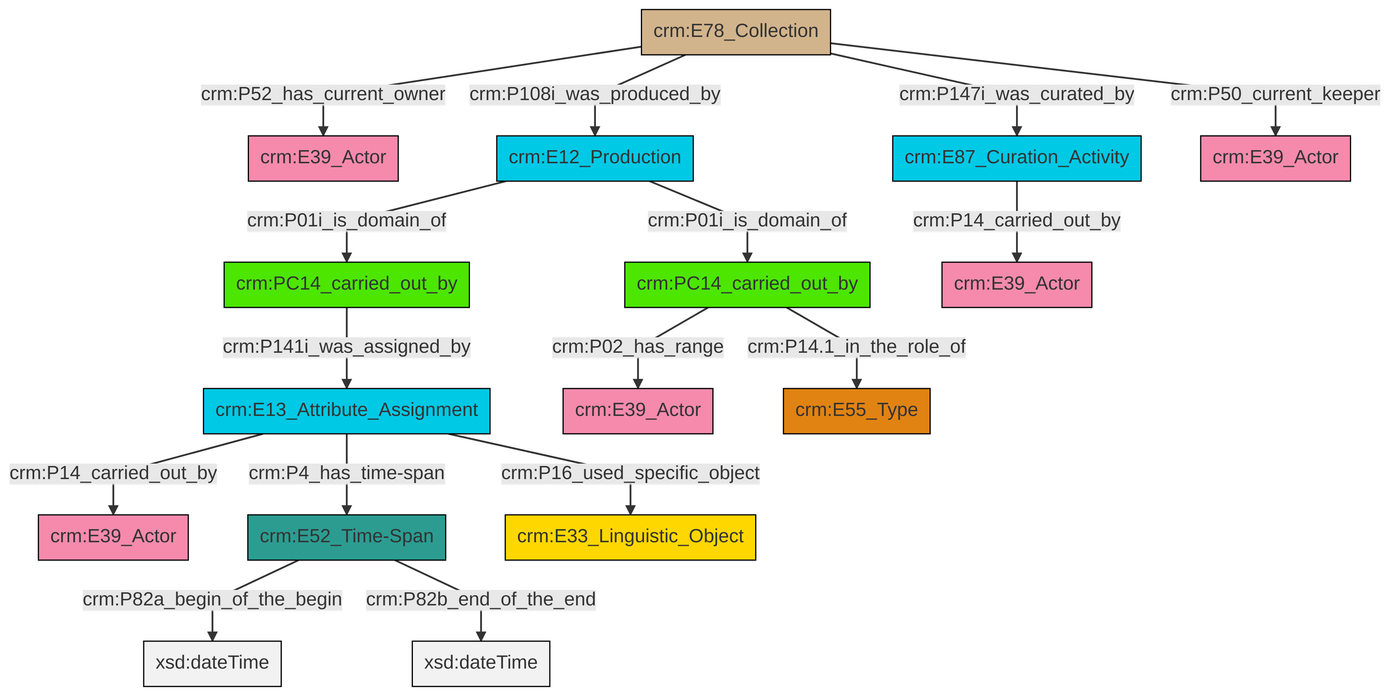
Before: et/archivalCSV/ttl/mmd/png/archival_relation.png, a diagram exported from Mermaid (swiss-art-research-net/docs.swissartresearch). Its source is kept beside it as et/archivalCSV/ttl/mmd/archival_relation.ttl.mmd. The source it was exported from:
```mermaid
graph TD
classDef Literal fill:#f2f2f2,stroke:#000000;
classDef CRM_Entity fill:#FFFFFF,stroke:#000000;
classDef Temporal_Entity fill:#00C9E6, stroke:#000000;
classDef Type fill:#E18312, stroke:#000000;
classDef Time-Span fill:#2C9C91, stroke:#000000;
classDef Appellation fill:#FFEB7F, stroke:#000000;
classDef Place fill:#008836, stroke:#000000;
classDef Persistent_Item fill:#B266B2, stroke:#000000;
classDef Conceptual_Object fill:#FFD700, stroke:#000000;
classDef Physical_Thing fill:#D2B48C, stroke:#000000;
classDef Actor fill:#f58aad, stroke:#000000;
classDef PC_Classes fill:#4ce600, stroke:#000000;
classDef Multi fill:#cccccc,stroke:#000000;

0["crm:E13_Attribute_Assignment"]:::Temporal_Entity -->|crm:P14_carried_out_by| 1["crm:E39_Actor"]:::Actor
2["crm:PC14_carried_out_by"]:::PC_Classes -->|crm:P02_has_range| 3["crm:E39_Actor"]:::Actor
4["crm:E78_Collection"]:::Physical_Thing -->|crm:P52_has_current_owner| 5["crm:E39_Actor"]:::Actor
4["crm:E78_Collection"]:::Physical_Thing -->|crm:P108i_was_produced_by| 11["crm:E12_Production"]:::Temporal_Entity
0["crm:E13_Attribute_Assignment"]:::Temporal_Entity -->|crm:P4_has_time-span| 12["crm:E52_Time-Span"]:::Time-Span
12["crm:E52_Time-Span"]:::Time-Span -->|crm:P82a_begin_of_the_begin| 15[xsd:dateTime]:::Literal
11["crm:E12_Production"]:::Temporal_Entity -->|crm:P01i_is_domain_of| 2["crm:PC14_carried_out_by"]:::PC_Classes
11["crm:E12_Production"]:::Temporal_Entity -->|crm:P01i_is_domain_of| 7["crm:PC14_carried_out_by"]:::PC_Classes
4["crm:E78_Collection"]:::Physical_Thing -->|crm:P50_current_keeper| 20["crm:E39_Actor"]:::Actor
9["crm:E87_Curation_Activity"]:::Temporal_Entity -->|crm:P14_carried_out_by| 25["crm:E39_Actor"]:::Actor
0["crm:E13_Attribute_Assignment"]:::Temporal_Entity -->|crm:P16_used_specific_object| 13["crm:E33_Linguistic_Object"]:::Conceptual_Object
7["crm:PC14_carried_out_by"]:::PC_Classes -->|crm:P141i_was_assigned_by| 0["crm:E13_Attribute_Assignment"]:::Temporal_Entity
4["crm:E78_Collection"]:::Physical_Thing -->|crm:P147i_was_curated_by| 9["crm:E87_Curation_Activity"]:::Temporal_Entity
2["crm:PC14_carried_out_by"]:::PC_Classes -->|crm:P14.1_in_the_role_of| 17["crm:E55_Type"]:::Type
12["crm:E52_Time-Span"]:::Time-Span -->|crm:P82b_end_of_the_end| 29[xsd:dateTime]:::Literal
```
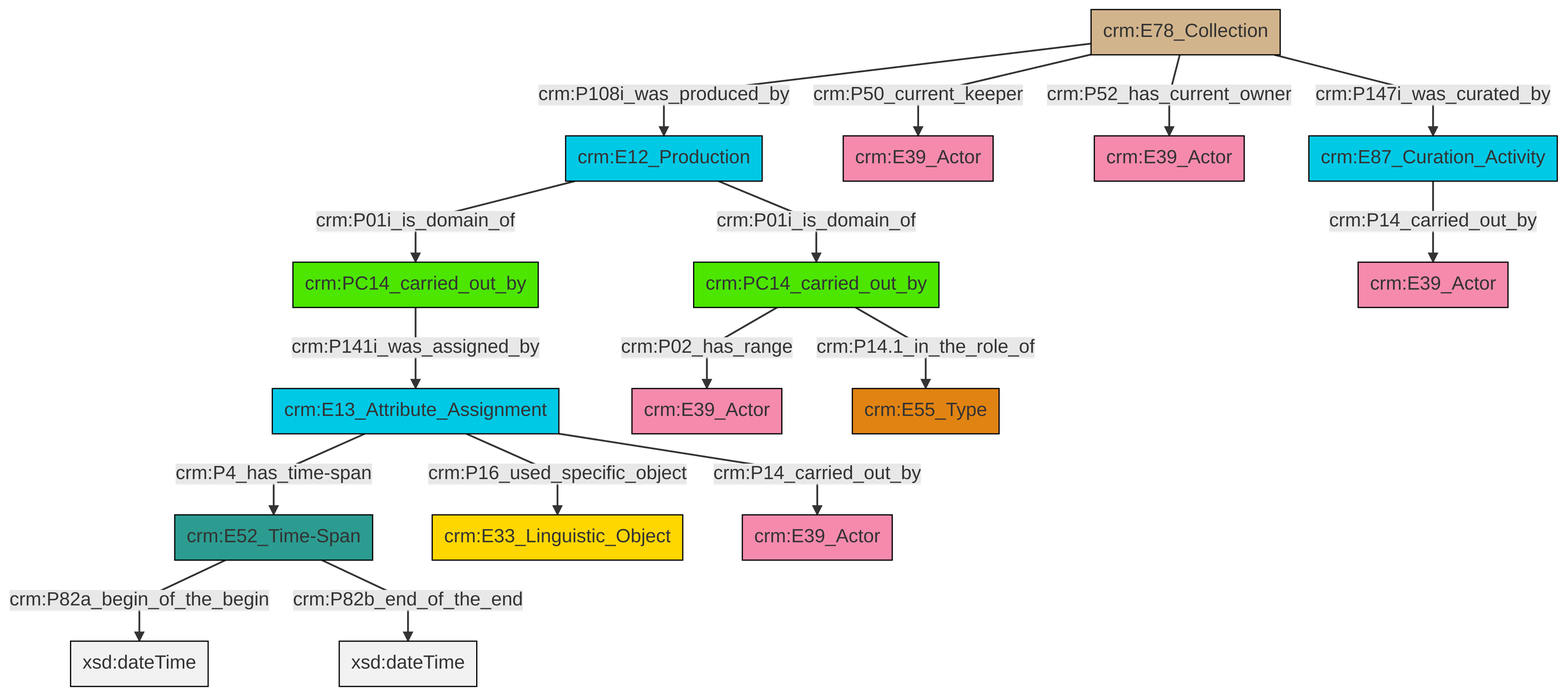
After the commit.

What changed in the source:
```diff
@@ -13,18 +13,18 @@
 classDef PC_Classes fill:#4ce600, stroke:#000000;
 classDef Multi fill:#cccccc,stroke:#000000;
 
-0["crm:E13_Attribute_Assignment"]:::Temporal_Entity -->|crm:P14_carried_out_by| 1["crm:E39_Actor"]:::Actor
-2["crm:PC14_carried_out_by"]:::PC_Classes -->|crm:P02_has_range| 3["crm:E39_Actor"]:::Actor
-4["crm:E78_Collection"]:::Physical_Thing -->|crm:P52_has_current_owner| 5["crm:E39_Actor"]:::Actor
-4["crm:E78_Collection"]:::Physical_Thing -->|crm:P108i_was_produced_by| 11["crm:E12_Production"]:::Temporal_Entity
-0["crm:E13_Attribute_Assignment"]:::Temporal_Entity -->|crm:P4_has_time-span| 12["crm:E52_Time-Span"]:::Time-Span
-12["crm:E52_Time-Span"]:::Time-Span -->|crm:P82a_begin_of_the_begin| 15[xsd:dateTime]:::Literal
-11["crm:E12_Production"]:::Temporal_Entity -->|crm:P01i_is_domain_of| 2["crm:PC14_carried_out_by"]:::PC_Classes
-11["crm:E12_Production"]:::Temporal_Entity -->|crm:P01i_is_domain_of| 7["crm:PC14_carried_out_by"]:::PC_Classes
-4["crm:E78_Collection"]:::Physical_Thing -->|crm:P50_current_keeper| 20["crm:E39_Actor"]:::Actor
-9["crm:E87_Curation_Activity"]:::Temporal_Entity -->|crm:P14_carried_out_by| 25["crm:E39_Actor"]:::Actor
-0["crm:E13_Attribute_Assignment"]:::Temporal_Entity -->|crm:P16_used_specific_object| 13["crm:E33_Linguistic_Object"]:::Conceptual_Object
-7["crm:PC14_carried_out_by"]:::PC_Classes -->|crm:P141i_was_assigned_by| 0["crm:E13_Attribute_Assignment"]:::Temporal_Entity
-4["crm:E78_Collection"]:::Physical_Thing -->|crm:P147i_was_curated_by| 9["crm:E87_Curation_Activity"]:::Temporal_Entity
-2["crm:PC14_carried_out_by"]:::PC_Classes -->|crm:P14.1_in_the_role_of| 17["crm:E55_Type"]:::Type
-12["crm:E52_Time-Span"]:::Time-Span -->|crm:P82b_end_of_the_end| 29[xsd:dateTime]:::Literal
+0["crm:PC14_carried_out_by"]:::PC_Classes -->|crm:P02_has_range| 1["crm:E39_Actor"]:::Actor
+3["crm:E12_Production"]:::Temporal_Entity -->|crm:P01i_is_domain_of| 4["crm:PC14_carried_out_by"]:::PC_Classes
+5["crm:E13_Attribute_Assignment"]:::Temporal_Entity -->|crm:P4_has_time-span| 6["crm:E52_Time-Span"]:::Time-Span
+14["crm:E78_Collection"]:::Physical_Thing -->|crm:P108i_was_produced_by| 3["crm:E12_Production"]:::Temporal_Entity
+14["crm:E78_Collection"]:::Physical_Thing -->|crm:P50_current_keeper| 7["crm:E39_Actor"]:::Actor
+6["crm:E52_Time-Span"]:::Time-Span -->|crm:P82a_begin_of_the_begin| 17[xsd:dateTime]:::Literal
+4["crm:PC14_carried_out_by"]:::PC_Classes -->|crm:P141i_was_assigned_by| 5["crm:E13_Attribute_Assignment"]:::Temporal_Entity
+3["crm:E12_Production"]:::Temporal_Entity -->|crm:P01i_is_domain_of| 0["crm:PC14_carried_out_by"]:::PC_Classes
+14["crm:E78_Collection"]:::Physical_Thing -->|crm:P52_has_current_owner| 15["crm:E39_Actor"]:::Actor
+0["crm:PC14_carried_out_by"]:::PC_Classes -->|crm:P14.1_in_the_role_of| 9["crm:E55_Type"]:::Type
+14["crm:E78_Collection"]:::Physical_Thing -->|crm:P147i_was_curated_by| 23["crm:E87_Curation_Activity"]:::Temporal_Entity
+23["crm:E87_Curation_Activity"]:::Temporal_Entity -->|crm:P14_carried_out_by| 21["crm:E39_Actor"]:::Actor
+6["crm:E52_Time-Span"]:::Time-Span -->|crm:P82b_end_of_the_end| 28[xsd:dateTime]:::Literal
+5["crm:E13_Attribute_Assignment"]:::Temporal_Entity -->|crm:P16_used_specific_object| 12["crm:E33_Linguistic_Object"]:::Conceptual_Object
+5["crm:E13_Attribute_Assignment"]:::Temporal_Entity -->|crm:P14_carried_out_by| 26["crm:E39_Actor"]:::Actor
```
